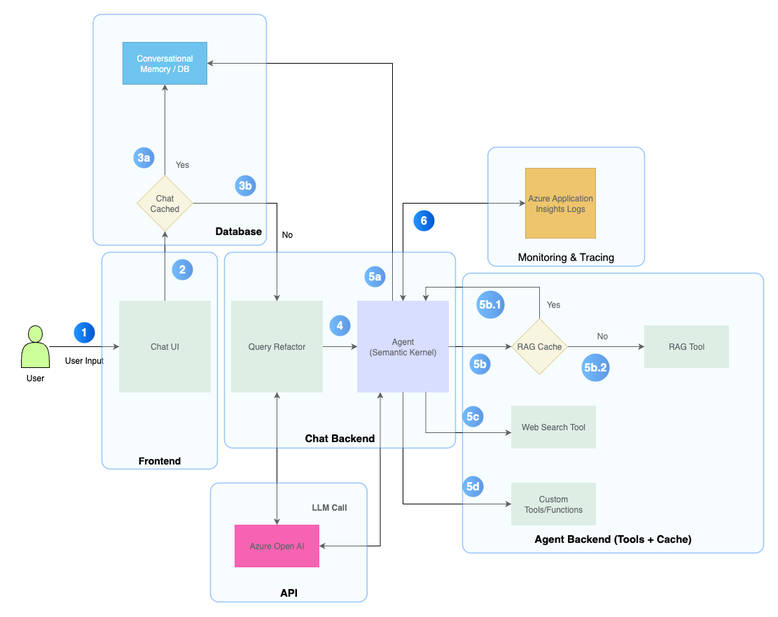
Before: assets/img/arch.png, a diagram exported from draw.io (RamGitRepo/portfolio). Source tidied: cells renumbered, new cells last; positions are measured from the earlier drawing's top-left corner, leaving out a move shared by most shapes.
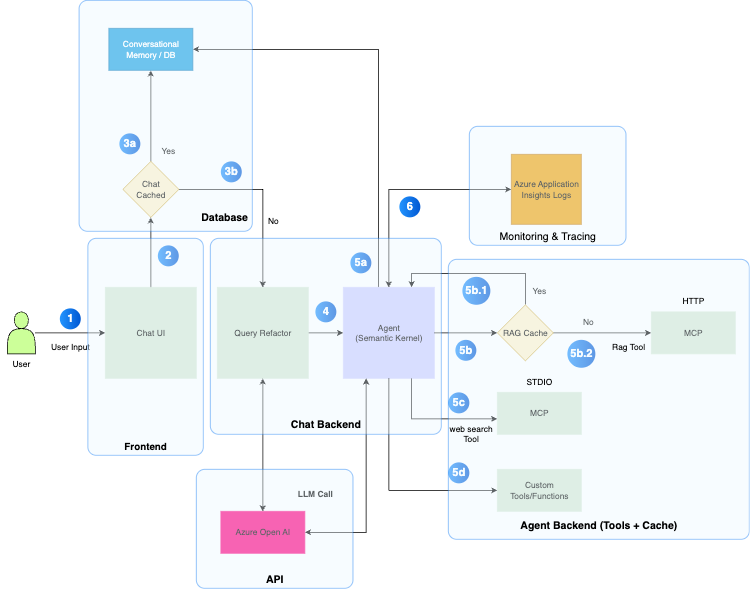
After the commit.

What changed in the source:
```diff
@@ -24,10 +24,10 @@
     <mxCell id="7" style="edgeStyle=orthogonalEdgeStyle;rounded=0;jettySize=auto;html=1;exitX=0.5;exitY=0;exitDx=0;exitDy=0;" parent="1" edge="1" source="24" target="12">
       <mxGeometry relative="1" as="geometry" />
     </mxCell>
-    <mxCell id="8" value="RAG Tool" style="whiteSpace=wrap;html=1;fillColor=#D5E8D4;strokeColor=#D5E8D4;" parent="1" vertex="1">
-      <mxGeometry x="900" y="445" width="120" height="60" as="geometry" />
+    <mxCell id="8" value="MCP" style="whiteSpace=wrap;html=1;fillColor=#D5E8D4;strokeColor=#D5E8D4;" parent="1" vertex="1">
+      <mxGeometry x="930" y="445" width="120" height="60" as="geometry" />
     </mxCell>
-    <mxCell id="9" value="Web Search Tool" style="whiteSpace=wrap;html=1;fillColor=#D5E8D4;strokeColor=#D5E8D4;" parent="1" vertex="1">
+    <mxCell id="9" value="&lt;div&gt;MCP&lt;/div&gt;" style="whiteSpace=wrap;html=1;fillColor=#D5E8D4;strokeColor=#D5E8D4;" parent="1" vertex="1">
       <mxGeometry x="710" y="560" width="120" height="60" as="geometry" />
     </mxCell>
     <mxCell id="10" style="edgeStyle=orthogonalEdgeStyle;rounded=0;jettySize=auto;html=1;" parent="1" edge="1" source="12" target="13">
@@ -160,7 +160,7 @@
       <mxGeometry x="112.5" width="247.5" height="330" as="geometry" />
     </mxCell>
     <mxCell id="50" value="&lt;div&gt;&lt;br&gt;&lt;/div&gt;&lt;div&gt;&lt;br&gt;&lt;/div&gt;&lt;div&gt;&lt;br&gt;&lt;/div&gt;&lt;div&gt;&lt;br&gt;&lt;/div&gt;&lt;div&gt;&lt;br&gt;&lt;/div&gt;&lt;div&gt;&lt;br&gt;&lt;/div&gt;&lt;div&gt;&lt;br&gt;&lt;/div&gt;&lt;div&gt;&lt;br&gt;&lt;/div&gt;&lt;div&gt;&lt;br&gt;&lt;/div&gt;&lt;div&gt;&lt;br&gt;&lt;/div&gt;&lt;div&gt;&lt;font style=&quot;font-size: 15px; color: light-dark(rgb(0, 0, 0), rgb(0, 255, 255));&quot;&gt;Monitoring &amp;amp; Tracing&lt;/font&gt;&lt;/div&gt;" style="rounded=1;whiteSpace=wrap;html=1;strokeColor=#0070F2;fillColor=#EBF8FF;arcSize=24;absoluteArcSize=1;imageWidth=64;imageHeight=64;strokeWidth=1.5;opacity=40;" parent="1" vertex="1">
-      <mxGeometry x="676.2" y="190" width="223.8" height="170" as="geometry" />
+      <mxGeometry x="670" y="180" width="223.8" height="170" as="geometry" />
     </mxCell>
     <mxCell id="51" value="&lt;div&gt;&lt;br&gt;&lt;/div&gt;&lt;div&gt;&lt;br&gt;&lt;/div&gt;&lt;div&gt;&lt;br&gt;&lt;/div&gt;&lt;div&gt;&lt;br&gt;&lt;/div&gt;&lt;div&gt;&lt;br&gt;&lt;/div&gt;&lt;div&gt;&lt;br&gt;&lt;/div&gt;&lt;div&gt;&lt;br&gt;&lt;/div&gt;&lt;div&gt;&lt;br&gt;&lt;/div&gt;&lt;div&gt;&lt;br&gt;&lt;/div&gt;&lt;div&gt;&lt;br&gt;&lt;/div&gt;&lt;div&gt;&lt;font style=&quot;font-size: 15px; color: light-dark(rgb(0, 0, 0), rgb(255, 255, 51));&quot;&gt;&lt;b&gt;API&lt;/b&gt;&lt;/font&gt;&lt;/div&gt;" style="rounded=1;whiteSpace=wrap;html=1;strokeColor=#0070F2;fillColor=#EBF8FF;arcSize=24;absoluteArcSize=1;imageWidth=64;imageHeight=64;strokeWidth=1.5;opacity=40;" parent="1" vertex="1">
       <mxGeometry x="280" y="670" width="223.8" height="170" as="geometry" />
@@ -168,5 +168,17 @@
     <mxCell id="52" value="&lt;div&gt;&lt;br&gt;&lt;/div&gt;&lt;div&gt;&lt;br&gt;&lt;/div&gt;&lt;div&gt;&lt;br&gt;&lt;/div&gt;&lt;div&gt;&lt;br&gt;&lt;/div&gt;&lt;div&gt;&lt;br&gt;&lt;/div&gt;&lt;div&gt;&lt;br&gt;&lt;/div&gt;&lt;div&gt;&lt;br&gt;&lt;/div&gt;&lt;div&gt;&lt;br&gt;&lt;/div&gt;&lt;div&gt;&lt;br&gt;&lt;/div&gt;&lt;div&gt;&lt;br&gt;&lt;/div&gt;&lt;div&gt;&lt;br&gt;&lt;/div&gt;&lt;div&gt;&lt;br&gt;&lt;/div&gt;&lt;div&gt;&lt;br&gt;&lt;/div&gt;&lt;div&gt;&lt;br&gt;&lt;/div&gt;&lt;div&gt;&lt;br&gt;&lt;/div&gt;&lt;div&gt;&lt;br&gt;&lt;/div&gt;&lt;div&gt;&lt;br&gt;&lt;/div&gt;&lt;div&gt;&lt;br&gt;&lt;/div&gt;&lt;div&gt;&lt;br&gt;&lt;/div&gt;&lt;div&gt;&lt;br&gt;&lt;/div&gt;&lt;div&gt;&lt;br&gt;&lt;/div&gt;&lt;div&gt;&lt;br&gt;&lt;/div&gt;&lt;div&gt;&lt;br&gt;&lt;/div&gt;&lt;div&gt;&lt;br&gt;&lt;/div&gt;&lt;div&gt;&lt;br&gt;&lt;/div&gt;&lt;div&gt;&lt;b&gt;&lt;font style=&quot;font-size: 15px; color: light-dark(rgb(0, 0, 0), rgb(153, 0, 77));&quot;&gt;Agent Backend (Tools + Cache)&lt;/font&gt;&lt;/b&gt;&lt;/div&gt;" style="rounded=1;whiteSpace=wrap;html=1;strokeColor=#0070F2;fillColor=#EBF8FF;arcSize=24;absoluteArcSize=1;imageWidth=64;imageHeight=64;strokeWidth=1.5;opacity=40;" parent="1" vertex="1">
       <mxGeometry x="640" y="370" width="430" height="400" as="geometry" />
     </mxCell>
+    <mxCell id="53" value="HTTP" style="text;html=1;align=center;verticalAlign=middle;whiteSpace=wrap;rounded=0;" parent="1" vertex="1">
+      <mxGeometry x="960" y="415" width="60" height="30" as="geometry" />
+    </mxCell>
+    <mxCell id="54" value="STDIO" style="text;html=1;align=center;verticalAlign=middle;whiteSpace=wrap;rounded=0;" parent="1" vertex="1">
+      <mxGeometry x="740" y="530" width="60" height="30" as="geometry" />
+    </mxCell>
+    <mxCell id="55" value="web search Tool" style="text;html=1;align=center;verticalAlign=middle;whiteSpace=wrap;rounded=0;" parent="1" vertex="1">
+      <mxGeometry x="640" y="604" width="65" height="30" as="geometry" />
+    </mxCell>
+    <mxCell id="56" value="Rag Tool" style="text;html=1;align=center;verticalAlign=middle;whiteSpace=wrap;rounded=0;" parent="1" vertex="1">
+      <mxGeometry x="865" y="480" width="65" height="30" as="geometry" />
+    </mxCell>
   </root>
 </mxGraphModel>
```
